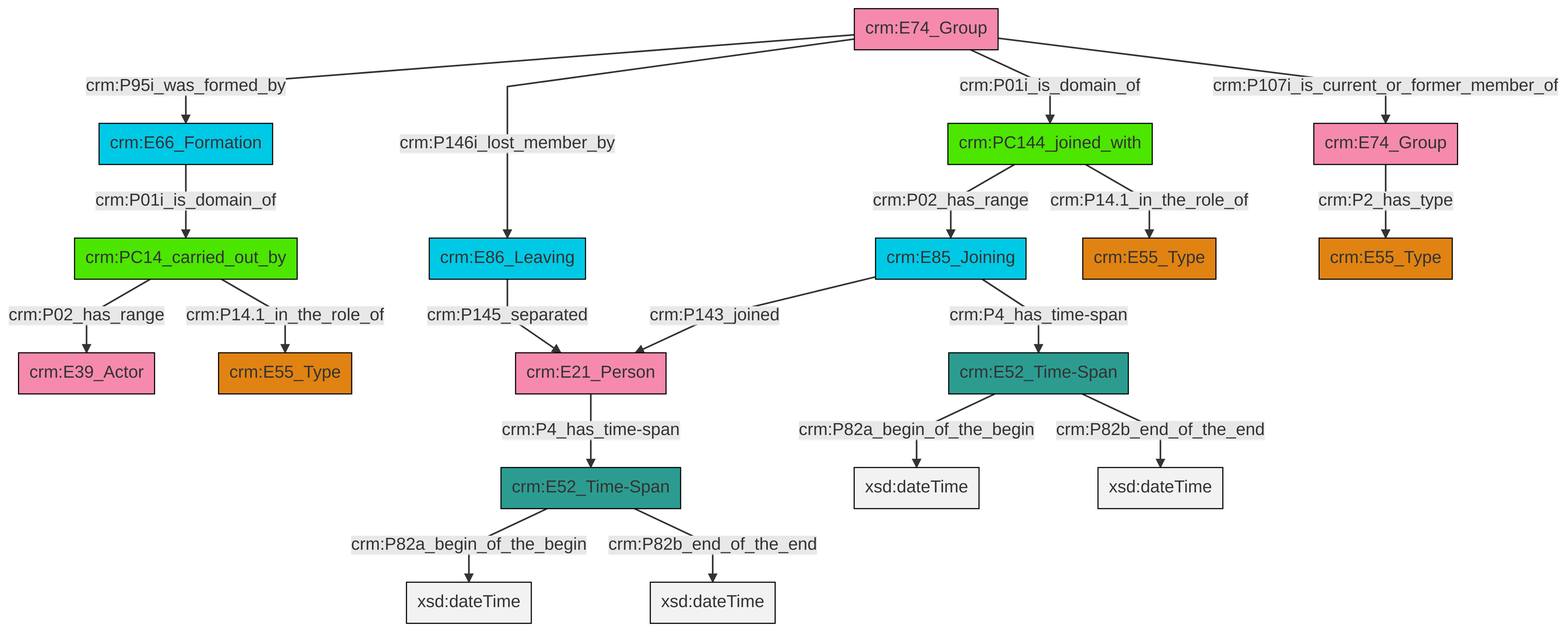
This is et/groupCSV/ttl/mmd/png/group_actor_relations.png from swiss-art-research-net/reference-data-models, a Mermaid export, as it was before one commit. Its source is kept beside it as et/groupCSV/ttl/mmd/group_actor_relations.ttl.mmd.
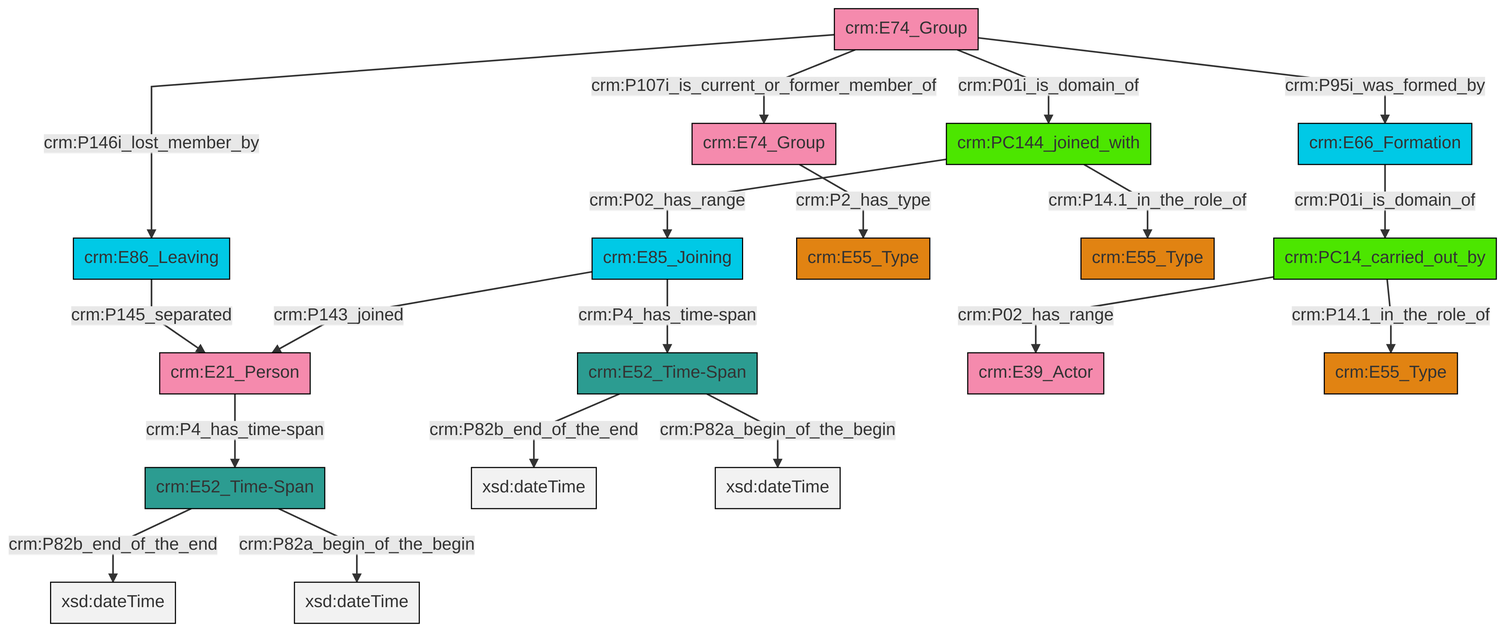
After the change.

Diff of the diagram source:
```diff
@@ -14,20 +14,20 @@
 classDef Multi fill:#cccccc,stroke:#000000;
 
 0["crm:E74_Group"]:::Actor -->|crm:P01i_is_domain_of| 1["crm:PC144_joined_with"]:::PC_Classes
-6["crm:E52_Time-Span"]:::Time-Span -->|crm:P82a_begin_of_the_begin| 7[xsd:dateTime]:::Literal
-1["crm:PC144_joined_with"]:::PC_Classes -->|crm:P02_has_range| 10["crm:E85_Joining"]:::Temporal_Entity
-0["crm:E74_Group"]:::Actor -->|crm:P95i_was_formed_by| 11["crm:E66_Formation"]:::Temporal_Entity
-2["crm:PC14_carried_out_by"]:::PC_Classes -->|crm:P14.1_in_the_role_of| 14["crm:E55_Type"]:::Type
-10["crm:E85_Joining"]:::Temporal_Entity -->|crm:P143_joined| 19["crm:E21_Person"]:::Actor
-10["crm:E85_Joining"]:::Temporal_Entity -->|crm:P4_has_time-span| 20["crm:E52_Time-Span"]:::Time-Span
+0["crm:E74_Group"]:::Actor -->|crm:P95i_was_formed_by| 5["crm:E66_Formation"]:::Temporal_Entity
+6["crm:E85_Joining"]:::Temporal_Entity -->|crm:P143_joined| 7["crm:E21_Person"]:::Actor
+11["crm:E52_Time-Span"]:::Time-Span -->|crm:P82b_end_of_the_end| 12[xsd:dateTime]:::Literal
+13["crm:E52_Time-Span"]:::Time-Span -->|crm:P82b_end_of_the_end| 14[xsd:dateTime]:::Literal
+3["crm:PC14_carried_out_by"]:::PC_Classes -->|crm:P02_has_range| 15["crm:E39_Actor"]:::Actor
+0["crm:E74_Group"]:::Actor -->|crm:P146i_lost_member_by| 18["crm:E86_Leaving"]:::Temporal_Entity
+3["crm:PC14_carried_out_by"]:::PC_Classes -->|crm:P14.1_in_the_role_of| 20["crm:E55_Type"]:::Type
+1["crm:PC144_joined_with"]:::PC_Classes -->|crm:P02_has_range| 6["crm:E85_Joining"]:::Temporal_Entity
+7["crm:E21_Person"]:::Actor -->|crm:P4_has_time-span| 11["crm:E52_Time-Span"]:::Time-Span
+5["crm:E66_Formation"]:::Temporal_Entity -->|crm:P01i_is_domain_of| 3["crm:PC14_carried_out_by"]:::PC_Classes
+13["crm:E52_Time-Span"]:::Time-Span -->|crm:P82a_begin_of_the_begin| 28[xsd:dateTime]:::Literal
+6["crm:E85_Joining"]:::Temporal_Entity -->|crm:P4_has_time-span| 13["crm:E52_Time-Span"]:::Time-Span
+0["crm:E74_Group"]:::Actor -->|crm:P107i_is_current_or_former_member_of| 29["crm:E74_Group"]:::Actor
+18["crm:E86_Leaving"]:::Temporal_Entity -->|crm:P145_separated| 7["crm:E21_Person"]:::Actor
+11["crm:E52_Time-Span"]:::Time-Span -->|crm:P82a_begin_of_the_begin| 34[xsd:dateTime]:::Literal
+29["crm:E74_Group"]:::Actor -->|crm:P2_has_type| 8["crm:E55_Type"]:::Type
 1["crm:PC144_joined_with"]:::PC_Classes -->|crm:P14.1_in_the_role_of| 16["crm:E55_Type"]:::Type
-12["crm:E74_Group"]:::Actor -->|crm:P2_has_type| 21["crm:E55_Type"]:::Type
-0["crm:E74_Group"]:::Actor -->|crm:P107i_is_current_or_former_member_of| 12["crm:E74_Group"]:::Actor
-4["crm:E86_Leaving"]:::Temporal_Entity -->|crm:P145_separated| 19["crm:E21_Person"]:::Actor
-2["crm:PC14_carried_out_by"]:::PC_Classes -->|crm:P02_has_range| 8["crm:E39_Actor"]:::Actor
-11["crm:E66_Formation"]:::Temporal_Entity -->|crm:P01i_is_domain_of| 2["crm:PC14_carried_out_by"]:::PC_Classes
-6["crm:E52_Time-Span"]:::Time-Span -->|crm:P82b_end_of_the_end| 30[xsd:dateTime]:::Literal
-19["crm:E21_Person"]:::Actor -->|crm:P4_has_time-span| 6["crm:E52_Time-Span"]:::Time-Span
-20["crm:E52_Time-Span"]:::Time-Span -->|crm:P82a_begin_of_the_begin| 32[xsd:dateTime]:::Literal
-20["crm:E52_Time-Span"]:::Time-Span -->|crm:P82b_end_of_the_end| 33[xsd:dateTime]:::Literal
-0["crm:E74_Group"]:::Actor -->|crm:P146i_lost_member_by| 4["crm:E86_Leaving"]:::Temporal_Entity
```
